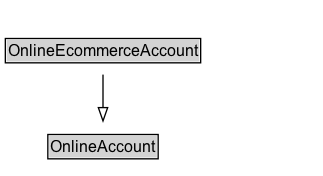
Earlier version of the Graphviz export docs/diagrams/OnlineEcommerceAccount.dot.png (k-vaughn/ontology-import-foaf). Its source is kept beside it as docs/diagrams/OnlineEcommerceAccount.dot. Its diagram source:
```dot
digraph {
	graph [overlap=false rankdir=TB splines=true]
	node [fontname=Arial fontsize=12 margin=0 shape=none]
	edge [fontname=Arial fontsize=11]
	OnlineEcommerceAccount [label=<<TABLE BORDER="1" CELLBORDER="0" CELLSPACING="0" CELLPADDING="1"><TR><TD BGCOLOR="lightgray" ALIGN="CENTER">OnlineEcommerceAccount</TD></TR></TABLE>> URL="../OnlineEcommerceAccount" margin=0]
	{
		rank=max
	}
	subgraph cluster_associated {
		label="" style=invis
		Invis [label=<<TABLE BORDER="0" CELLBORDER="0" CELLSPACING="0" CELLPADDING="1"><TR><TD></TD></TR></TABLE>> margin=0 style=invis]
	}
	OnlineAccount [label=<<TABLE BORDER="1" CELLBORDER="0" CELLSPACING="0" CELLPADDING="1"><TR><TD BGCOLOR="lightgray" ALIGN="CENTER">OnlineAccount</TD></TR></TABLE>> URL="../OnlineAccount" margin=0]
	OnlineEcommerceAccount -> OnlineAccount [arrowhead=onormal style=solid]
}
```
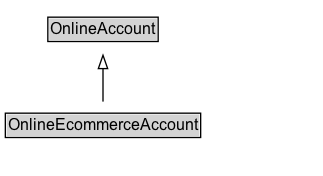
After the change.

What changed in the source:
```diff
@@ -2,6 +2,10 @@
 	graph [overlap=false rankdir=TB splines=true]
 	node [fontname=Arial fontsize=12 margin=0 shape=none]
 	edge [fontname=Arial fontsize=11]
+	{
+		rank=source
+		OnlineAccount [label=<<TABLE BORDER="1" CELLBORDER="0" CELLSPACING="0" CELLPADDING="1"><TR><TD BGCOLOR="lightgray" ALIGN="CENTER">OnlineAccount</TD></TR></TABLE>> URL="../OnlineAccount" margin=0]
+	}
 	OnlineEcommerceAccount [label=<<TABLE BORDER="1" CELLBORDER="0" CELLSPACING="0" CELLPADDING="1"><TR><TD BGCOLOR="lightgray" ALIGN="CENTER">OnlineEcommerceAccount</TD></TR></TABLE>> URL="../OnlineEcommerceAccount" margin=0]
 	{
 		rank=max
@@ -10,6 +14,5 @@
 		label="" style=invis
 		Invis [label=<<TABLE BORDER="0" CELLBORDER="0" CELLSPACING="0" CELLPADDING="1"><TR><TD></TD></TR></TABLE>> margin=0 style=invis]
 	}
-	OnlineAccount [label=<<TABLE BORDER="1" CELLBORDER="0" CELLSPACING="0" CELLPADDING="1"><TR><TD BGCOLOR="lightgray" ALIGN="CENTER">OnlineAccount</TD></TR></TABLE>> URL="../OnlineAccount" margin=0]
 	OnlineEcommerceAccount -> OnlineAccount [arrowhead=onormal style=solid]
 }
```
